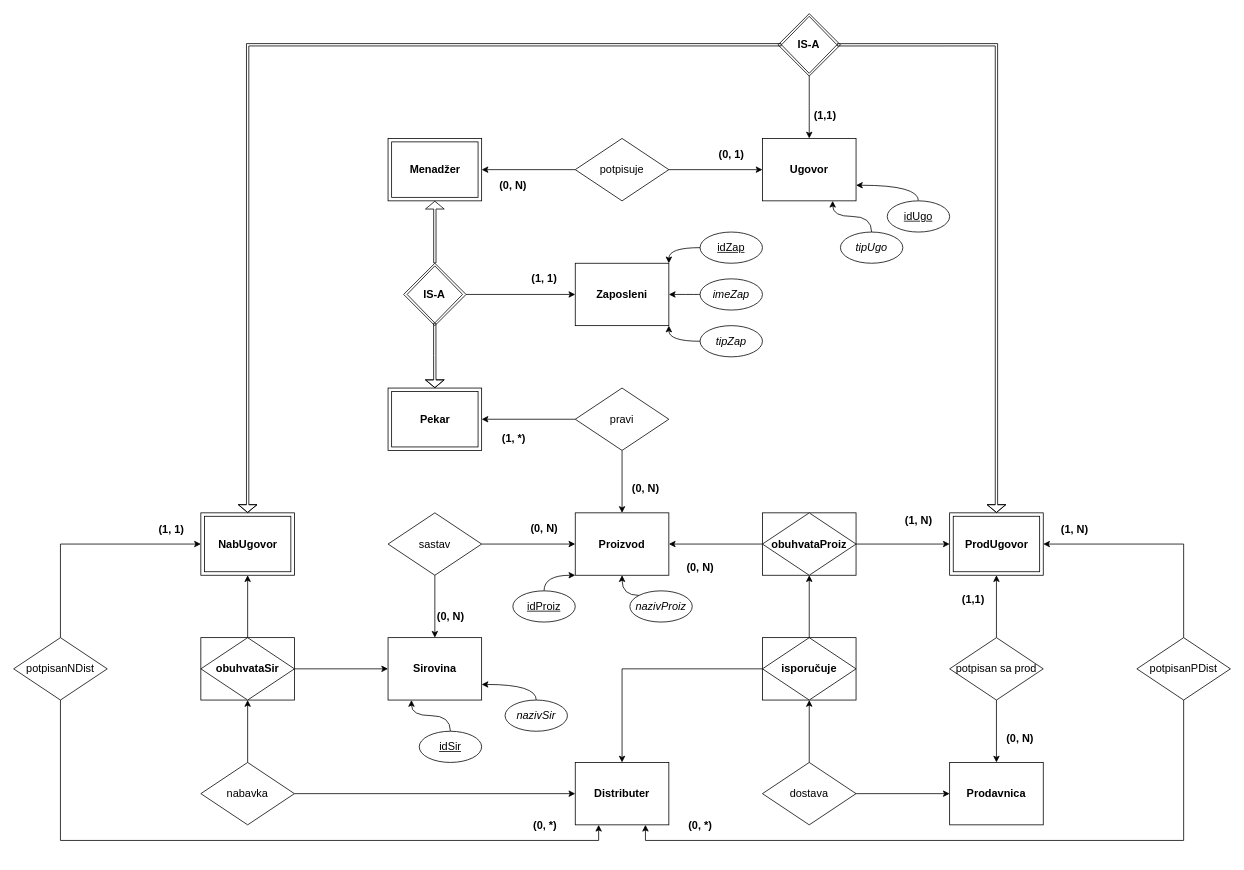
Before: bakery.drawio in FmasterofU/bakery-bp2, a draw.io diagram. Source tidied: cells renumbered, new cells numbered last; positions are measured from the earlier drawing's top-left corner, leaving out a move shared by most shapes. Both pictures are drawn from the tidied source at 78%, with x=0, y=0 at pixel (13, 13).
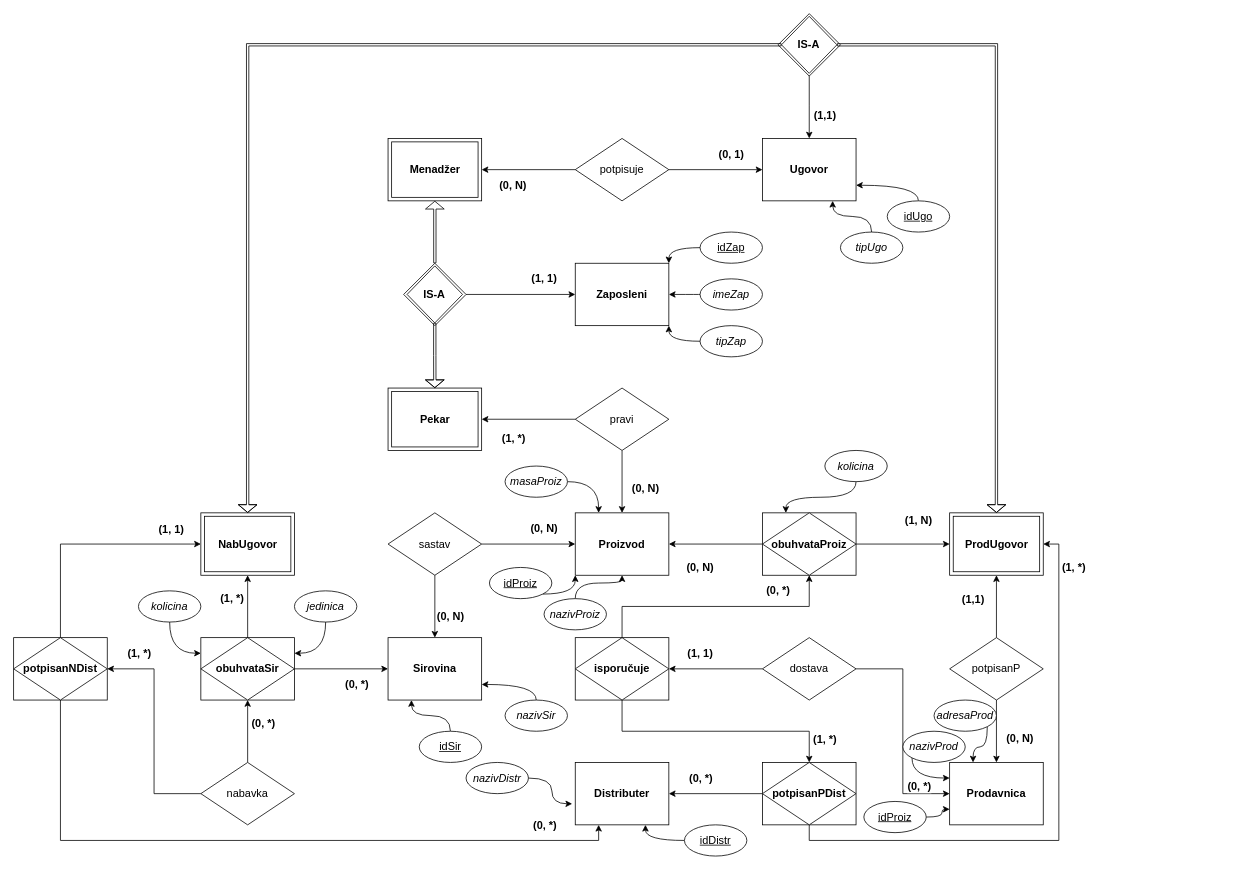
The same page after the edit.

The change refers to these unchanged cells:
```xml
<mxCell id="2" value="&lt;font style=&quot;font-size: 14px&quot;&gt;&lt;b&gt;Distributer&lt;/b&gt;&lt;/font&gt;" style="rounded=0;whiteSpace=wrap;html=1;" parent="1" vertex="1">
  <mxGeometry x="720" y="960" width="120" height="80" as="geometry" />
</mxCell>
<mxCell id="3" value="&lt;font style=&quot;font-size: 14px&quot;&gt;&lt;b&gt;Prodavnica&lt;/b&gt;&lt;/font&gt;" style="rounded=0;whiteSpace=wrap;html=1;" parent="1" vertex="1">
  <mxGeometry x="1200" y="960" width="120" height="80" as="geometry" />
</mxCell>
<mxCell id="5" style="rounded=0;whiteSpace=wrap;html=1;" parent="4" vertex="1">
  <mxGeometry width="120" height="80" as="geometry" />
</mxCell>
<mxCell id="6" value="&lt;font style=&quot;font-size: 14px&quot;&gt;&lt;b&gt;isporučuje&lt;/b&gt;&lt;/font&gt;" style="rhombus;whiteSpace=wrap;html=1;" parent="4" vertex="1">
  <mxGeometry width="120" height="80" as="geometry" />
</mxCell>
<mxCell id="7" value="&lt;font style=&quot;font-size: 14px&quot;&gt;&lt;b&gt;Sirovina&lt;/b&gt;&lt;/font&gt;" style="rounded=0;whiteSpace=wrap;html=1;" parent="1" vertex="1">
  <mxGeometry x="480" y="800" width="120" height="80" as="geometry" />
</mxCell>
<mxCell id="9" style="rounded=0;whiteSpace=wrap;html=1;" parent="8" vertex="1">
  <mxGeometry width="120" height="80" as="geometry" />
</mxCell>
<mxCell id="10" value="&lt;font style=&quot;font-size: 14px&quot;&gt;&lt;b&gt;obuhvataProiz&lt;/b&gt;&lt;/font&gt;" style="rhombus;whiteSpace=wrap;html=1;" parent="8" vertex="1">
  <mxGeometry width="120" height="80" as="geometry" />
</mxCell>
<mxCell id="11" value="&lt;font style=&quot;font-size: 14px&quot;&gt;&lt;b&gt;Proizvod&lt;/b&gt;&lt;/font&gt;" style="rounded=0;whiteSpace=wrap;html=1;" parent="1" vertex="1">
  <mxGeometry x="720" y="640" width="120" height="80" as="geometry" />
</mxCell>
<mxCell id="39" style="rounded=0;whiteSpace=wrap;html=1;" parent="38" vertex="1">
  <mxGeometry width="120" height="80" as="geometry" />
</mxCell>
<mxCell id="42" style="rounded=0;whiteSpace=wrap;html=1;" parent="41" vertex="1">
  <mxGeometry width="120" height="80" as="geometry" />
</mxCell>
<mxCell id="59" style="edgeStyle=orthogonalEdgeStyle;rounded=0;jettySize=auto;html=1;entryX=0;entryY=0.5;entryDx=0;entryDy=0;" parent="1" edge="1" source="61" target="3">
  <mxGeometry relative="1" as="geometry" />
</mxCell>
<mxCell id="82" style="rounded=0;whiteSpace=wrap;html=1;" parent="81" vertex="1">
  <mxGeometry width="120" height="80" as="geometry" />
</mxCell>
<mxCell id="83" value="&lt;font style=&quot;font-size: 14px&quot;&gt;&lt;b&gt;obuhvataSir&lt;/b&gt;&lt;/font&gt;" style="rhombus;whiteSpace=wrap;html=1;" parent="81" vertex="1">
  <mxGeometry width="120" height="80" as="geometry" />
</mxCell>
```

Change to the diagram source:
```diff
@@
     <mxCell id="4" style="group;" parent="1" vertex="1">
-      <mxGeometry x="960" y="800" width="120" height="80" as="geometry" />
+      <mxGeometry x="720" y="800" width="120" height="80" as="geometry" />
     </mxCell>
@@
-    <mxCell id="16" value="&lt;font style=&quot;font-size: 14px&quot;&gt;potpisan sa prod&lt;/font&gt;" style="rhombus;whiteSpace=wrap;html=1;" parent="1" vertex="1">
+    <mxCell id="16" value="&lt;font style=&quot;font-size: 14px&quot;&gt;potpisanP&lt;/font&gt;" style="rhombus;whiteSpace=wrap;html=1;" parent="1" vertex="1">
       <mxGeometry x="1200" y="800" width="120" height="80" as="geometry" />
     </mxCell>
@@
-    <mxCell id="53" style="edgeStyle=orthogonalEdgeStyle;rounded=0;jettySize=auto;html=1;exitX=0.5;exitY=0;exitDx=0;exitDy=0;entryX=1;entryY=0.5;entryDx=0;entryDy=0;" parent="1" edge="1" source="57" target="42">
+    <mxCell id="53" style="edgeStyle=orthogonalEdgeStyle;rounded=0;jettySize=auto;html=1;entryX=1;entryY=0.5;entryDx=0;entryDy=0;exitX=0.5;exitY=1;exitDx=0;exitDy=0;" parent="1" edge="1" source="57" target="42">
       <mxGeometry relative="1" as="geometry" />
     </mxCell>
-    <mxCell id="54" value="&lt;b&gt;(1, N)&lt;/b&gt;" style="edgeLabel;html=1;align=center;verticalAlign=middle;fontSize=14;" parent="53" vertex="1">
-      <mxGeometry x="0.23" y="4" relative="1" as="geometry">
-        <mxPoint x="-75.3" y="-24" as="offset" />
-      </mxGeometry>
-    </mxCell>
+    <mxCell id="94" value="&lt;b&gt;&lt;font style=&quot;font-size: 14px&quot;&gt;(1, *)&amp;nbsp;&lt;/font&gt;&lt;/b&gt;" style="edgeLabel;html=1;align=center;verticalAlign=middle;" parent="53" vertex="1">
+      <mxGeometry x="0.77" y="-1" relative="1" as="geometry">
+        <mxPoint x="19" y="-36" as="offset" />
+      </mxGeometry>
+    </mxCell>
-    <mxCell id="55" style="edgeStyle=orthogonalEdgeStyle;rounded=0;jettySize=auto;html=1;entryX=0.75;entryY=1;entryDx=0;entryDy=0;fontSize=14;exitX=0.5;exitY=1;exitDx=0;exitDy=0;" parent="1" edge="1" source="57" target="2">
+    <mxCell id="55" style="edgeStyle=orthogonalEdgeStyle;rounded=0;jettySize=auto;html=1;entryX=1;entryY=0.5;entryDx=0;entryDy=0;fontSize=14;exitX=0;exitY=0.5;exitDx=0;exitDy=0;" parent="1" edge="1" source="57" target="2">
       <mxGeometry relative="1" as="geometry" />
     </mxCell>
-    <mxCell id="56" value="&lt;b&gt;(0, *)&lt;/b&gt;" style="edgeLabel;html=1;align=center;verticalAlign=middle;fontSize=14;" parent="55" vertex="1">
-      <mxGeometry x="0.66" y="1" relative="1" as="geometry">
-        <mxPoint x="-61.4" y="-21" as="offset" />
-      </mxGeometry>
-    </mxCell>
-    <mxCell id="57" value="&lt;font style=&quot;font-size: 14px&quot;&gt;potpisanPDist&lt;/font&gt;" style="rhombus;whiteSpace=wrap;html=1;" parent="1" vertex="1">
-      <mxGeometry x="1440" y="800" width="120" height="80" as="geometry" />
-    </mxCell>
+    <mxCell id="95" value="&lt;b&gt;&lt;font style=&quot;font-size: 14px&quot;&gt;(0, *)&lt;/font&gt;&lt;/b&gt;" style="edgeLabel;html=1;align=center;verticalAlign=middle;" parent="55" vertex="1">
+      <mxGeometry x="0.33" y="1" relative="1" as="geometry">
+        <mxPoint y="-21" as="offset" />
+      </mxGeometry>
+    </mxCell>
-    <mxCell id="58" style="edgeStyle=orthogonalEdgeStyle;rounded=0;jettySize=auto;html=1;entryX=0.5;entryY=1;entryDx=0;entryDy=0;exitX=0.5;exitY=0;exitDx=0;exitDy=0;" parent="1" edge="1" source="5" target="10">
-      <mxGeometry relative="1" as="geometry" />
+    <mxCell id="58" value="&lt;b&gt;&lt;font style=&quot;font-size: 14px&quot;&gt;(0, *)&lt;/font&gt;&lt;/b&gt;" style="edgeStyle=orthogonalEdgeStyle;rounded=0;jettySize=auto;html=1;entryX=0.5;entryY=1;entryDx=0;entryDy=0;exitX=0.5;exitY=0;exitDx=0;exitDy=0;" parent="1" edge="1" source="5" target="10">
+      <mxGeometry x="0.5" y="20" relative="1" as="geometry" />
     </mxCell>
@@
+    <mxCell id="96" value="&lt;b&gt;&lt;font style=&quot;font-size: 14px&quot;&gt;(0, *)&lt;/font&gt;&lt;/b&gt;" style="edgeLabel;html=1;align=center;verticalAlign=middle;" parent="59" vertex="1">
+      <mxGeometry x="-0.25" y="1" relative="1" as="geometry">
+        <mxPoint x="19" y="105" as="offset" />
+      </mxGeometry>
+    </mxCell>
-    <mxCell id="60" style="edgeStyle=orthogonalEdgeStyle;rounded=0;jettySize=auto;html=1;entryX=0.5;entryY=1;entryDx=0;entryDy=0;" parent="1" edge="1" source="61" target="6">
-      <mxGeometry relative="1" as="geometry" />
+    <mxCell id="60" value="&lt;b&gt;&lt;font style=&quot;font-size: 14px&quot;&gt;(1, 1)&lt;/font&gt;&lt;/b&gt;" style="edgeStyle=orthogonalEdgeStyle;rounded=0;jettySize=auto;html=1;entryX=1;entryY=0.5;entryDx=0;entryDy=0;" parent="1" edge="1" source="61" target="6">
+      <mxGeometry x="0.33" y="-20" relative="1" as="geometry" />
     </mxCell>
     <mxCell id="61" value="&lt;font style=&quot;font-size: 14px&quot;&gt;dostava&lt;/font&gt;" style="rhombus;whiteSpace=wrap;html=1;" parent="1" vertex="1">
-      <mxGeometry x="960" y="960" width="120" height="80" as="geometry" />
+      <mxGeometry x="960" y="800" width="120" height="80" as="geometry" />
     </mxCell>
-    <mxCell id="62" style="edgeStyle=orthogonalEdgeStyle;rounded=0;jettySize=auto;html=1;entryX=0.5;entryY=0;entryDx=0;entryDy=0;" parent="1" edge="1" source="6" target="2">
-      <mxGeometry relative="1" as="geometry" />
-    </mxCell>
@@
-    <mxCell id="77" style="edgeStyle=orthogonalEdgeStyle;curved=1;rounded=0;jettySize=auto;html=1;exitX=0.5;exitY=0;exitDx=0;exitDy=0;entryX=0;entryY=1;entryDx=0;entryDy=0;fontSize=14;" parent="1" edge="1" source="78" target="11">
+    <mxCell id="77" style="edgeStyle=orthogonalEdgeStyle;curved=1;rounded=0;jettySize=auto;html=1;exitX=1;exitY=1;exitDx=0;exitDy=0;entryX=0;entryY=1;entryDx=0;entryDy=0;fontSize=14;" parent="1" edge="1" source="78" target="11">
       <mxGeometry relative="1" as="geometry" />
     </mxCell>
     <mxCell id="78" value="&lt;u&gt;idProiz&lt;/u&gt;" style="ellipse;whiteSpace=wrap;html=1;fontSize=14;" parent="1" vertex="1">
-      <mxGeometry x="640" y="740" width="80" height="40" as="geometry" />
+      <mxGeometry x="610" y="710" width="80" height="40" as="geometry" />
     </mxCell>
-    <mxCell id="79" style="edgeStyle=orthogonalEdgeStyle;curved=1;rounded=0;jettySize=auto;html=1;exitX=0;exitY=0;exitDx=0;exitDy=0;entryX=0.5;entryY=1;entryDx=0;entryDy=0;fontSize=14;" parent="1" edge="1" source="80" target="11">
+    <mxCell id="79" style="edgeStyle=orthogonalEdgeStyle;curved=1;rounded=0;jettySize=auto;html=1;exitX=0.5;exitY=0;exitDx=0;exitDy=0;entryX=0.5;entryY=1;entryDx=0;entryDy=0;fontSize=14;" parent="1" edge="1" source="80" target="11">
       <mxGeometry relative="1" as="geometry" />
     </mxCell>
     <mxCell id="80" value="&lt;i&gt;nazivProiz&lt;/i&gt;" style="ellipse;whiteSpace=wrap;html=1;fontSize=14;" parent="1" vertex="1">
-      <mxGeometry x="790" y="740" width="80" height="40" as="geometry" />
+      <mxGeometry x="680" y="750" width="80" height="40" as="geometry" />
     </mxCell>
@@
-    <mxCell id="84" style="edgeStyle=orthogonalEdgeStyle;rounded=0;jettySize=auto;html=1;fontSize=14;entryX=0.5;entryY=1;entryDx=0;entryDy=0;" parent="1" edge="1" source="83" target="39">
-      <mxGeometry relative="1" as="geometry" />
+    <mxCell id="84" value="&lt;b&gt;(1, *)&lt;/b&gt;" style="edgeStyle=orthogonalEdgeStyle;rounded=0;jettySize=auto;html=1;fontSize=14;entryX=0.5;entryY=1;entryDx=0;entryDy=0;" parent="1" edge="1" source="83" target="39">
+      <mxGeometry x="0.25" y="20" relative="1" as="geometry" />
     </mxCell>
-    <mxCell id="85" style="edgeStyle=orthogonalEdgeStyle;rounded=0;jettySize=auto;html=1;fontSize=14;entryX=0;entryY=0.5;entryDx=0;entryDy=0;" parent="1" edge="1" source="83" target="7">
-      <mxGeometry relative="1" as="geometry" />
+    <mxCell id="85" value="&lt;b&gt;(0, *)&lt;/b&gt;" style="edgeStyle=orthogonalEdgeStyle;rounded=0;jettySize=auto;html=1;fontSize=14;entryX=0;entryY=0.5;entryDx=0;entryDy=0;" parent="1" edge="1" source="83" target="7">
+      <mxGeometry x="0.33" y="-20" relative="1" as="geometry" />
     </mxCell>
-    <mxCell id="86" style="edgeStyle=orthogonalEdgeStyle;rounded=0;jettySize=auto;html=1;entryX=0.5;entryY=1;entryDx=0;entryDy=0;fontSize=14;exitX=0.5;exitY=0;exitDx=0;exitDy=0;" parent="1" edge="1" source="93" target="83">
-      <mxGeometry relative="1" as="geometry" />
+    <mxCell id="86" value="&lt;b&gt;(0, *)&lt;/b&gt;" style="edgeStyle=orthogonalEdgeStyle;rounded=0;jettySize=auto;html=1;entryX=0.5;entryY=1;entryDx=0;entryDy=0;fontSize=14;exitX=0.5;exitY=0;exitDx=0;exitDy=0;" parent="1" edge="1" source="93" target="83">
+      <mxGeometry x="0.25" y="-20" relative="1" as="geometry" />
     </mxCell>
-    <mxCell id="87" style="edgeStyle=orthogonalEdgeStyle;rounded=0;jettySize=auto;html=1;exitX=1;exitY=0.5;exitDx=0;exitDy=0;entryX=0;entryY=0.5;entryDx=0;entryDy=0;fontSize=14;" parent="1" edge="1" source="93" target="2">
-      <mxGeometry relative="1" as="geometry" />
-    </mxCell>
@@
+    <mxCell id="97" value="&lt;b&gt;&lt;font style=&quot;font-size: 14px&quot;&gt;(1, *)&lt;/font&gt;&lt;/b&gt;" style="edgeStyle=orthogonalEdgeStyle;rounded=0;jettySize=auto;html=1;entryX=1;entryY=0.5;entryDx=0;entryDy=0;" parent="1" edge="1" source="93" target="92">
+      <mxGeometry x="0.71" y="-20" relative="1" as="geometry" />
+    </mxCell>
+    <mxCell id="93" value="nabavka" style="rhombus;whiteSpace=wrap;html=1;fontSize=14;" parent="1" vertex="1">
+      <mxGeometry x="240" y="960" width="120" height="80" as="geometry" />
+    </mxCell>
+    <mxCell id="98" style="group;" parent="1" vertex="1">
+      <mxGeometry y="800" width="120" height="80" as="geometry" />
+    </mxCell>
+    <mxCell id="99" style="rounded=0;whiteSpace=wrap;html=1;" parent="98" vertex="1">
+      <mxGeometry width="120" height="80" as="geometry" />
+    </mxCell>
-    <mxCell id="92" value="potpisanNDist" style="rhombus;whiteSpace=wrap;html=1;fontSize=14;" parent="1" vertex="1">
-      <mxGeometry y="800" width="120" height="80" as="geometry" />
+    <mxCell id="92" value="&lt;b&gt;potpisanNDist&lt;/b&gt;" style="rhombus;whiteSpace=wrap;html=1;fontSize=14;" parent="98" vertex="1">
+      <mxGeometry width="120" height="80" as="geometry" />
     </mxCell>
-    <mxCell id="93" value="nabavka" style="rhombus;whiteSpace=wrap;html=1;fontSize=14;" parent="1" vertex="1">
-      <mxGeometry x="240" y="960" width="120" height="80" as="geometry" />
-    </mxCell>
+    <mxCell id="100" style="group;" parent="1" vertex="1">
+      <mxGeometry x="960" y="960" width="120" height="80" as="geometry" />
+    </mxCell>
+    <mxCell id="101" style="rounded=0;whiteSpace=wrap;html=1;" parent="100" vertex="1">
+      <mxGeometry width="120" height="80" as="geometry" />
+    </mxCell>
+    <mxCell id="57" value="&lt;font style=&quot;font-size: 14px&quot;&gt;&lt;b&gt;potpisanPDist&lt;/b&gt;&lt;/font&gt;" style="rhombus;whiteSpace=wrap;html=1;" parent="100" vertex="1">
+      <mxGeometry width="120" height="80" as="geometry" />
+    </mxCell>
+    <mxCell id="102" value="&lt;b&gt;&lt;font style=&quot;font-size: 14px&quot;&gt;(1, *)&lt;/font&gt;&lt;/b&gt;" style="edgeStyle=orthogonalEdgeStyle;rounded=0;jettySize=auto;html=1;exitX=0.5;exitY=1;exitDx=0;exitDy=0;entryX=0.5;entryY=0;entryDx=0;entryDy=0;" parent="1" edge="1" source="5" target="57">
+      <mxGeometry x="0.81" y="20" relative="1" as="geometry" />
+    </mxCell>
+    <mxCell id="103" style="edgeStyle=orthogonalEdgeStyle;curved=1;rounded=0;jettySize=auto;html=1;entryX=0;entryY=0.75;entryDx=0;entryDy=0;" parent="1" edge="1" source="104" target="3">
+      <mxGeometry relative="1" as="geometry" />
+    </mxCell>
+    <mxCell id="104" value="&lt;u&gt;idProiz&lt;/u&gt;" style="ellipse;whiteSpace=wrap;html=1;fontSize=14;" parent="1" vertex="1">
+      <mxGeometry x="1090" y="1010" width="80" height="40" as="geometry" />
+    </mxCell>
+    <mxCell id="105" style="edgeStyle=orthogonalEdgeStyle;curved=1;rounded=0;jettySize=auto;html=1;exitX=1;exitY=1;exitDx=0;exitDy=0;entryX=0.25;entryY=0;entryDx=0;entryDy=0;" parent="1" edge="1" source="106" target="3">
+      <mxGeometry relative="1" as="geometry" />
+    </mxCell>
+    <mxCell id="106" value="&lt;i&gt;adresaProd&lt;/i&gt;" style="ellipse;whiteSpace=wrap;html=1;fontSize=14;" parent="1" vertex="1">
+      <mxGeometry x="1180" y="880" width="80" height="40" as="geometry" />
+    </mxCell>
+    <mxCell id="107" style="edgeStyle=orthogonalEdgeStyle;curved=1;rounded=0;jettySize=auto;html=1;exitX=0;exitY=1;exitDx=0;exitDy=0;entryX=0;entryY=0.25;entryDx=0;entryDy=0;" parent="1" edge="1" source="108" target="3">
+      <mxGeometry relative="1" as="geometry" />
+    </mxCell>
+    <mxCell id="108" value="&lt;i&gt;nazivProd&lt;/i&gt;" style="ellipse;whiteSpace=wrap;html=1;fontSize=14;" parent="1" vertex="1">
+      <mxGeometry x="1140" y="920" width="80" height="40" as="geometry" />
+    </mxCell>
+    <mxCell id="109" style="edgeStyle=orthogonalEdgeStyle;curved=1;rounded=0;jettySize=auto;html=1;entryX=0.75;entryY=1;entryDx=0;entryDy=0;" parent="1" edge="1" source="110" target="2">
+      <mxGeometry relative="1" as="geometry" />
+    </mxCell>
+    <mxCell id="110" value="&lt;u&gt;idDistr&lt;/u&gt;" style="ellipse;whiteSpace=wrap;html=1;fontSize=14;" parent="1" vertex="1">
+      <mxGeometry x="860" y="1040" width="80" height="40" as="geometry" />
+    </mxCell>
+    <mxCell id="111" style="edgeStyle=orthogonalEdgeStyle;curved=1;rounded=0;jettySize=auto;html=1;entryX=-0.033;entryY=0.663;entryDx=0;entryDy=0;entryPerimeter=0;" parent="1" edge="1" source="112" target="2">
+      <mxGeometry relative="1" as="geometry" />
+    </mxCell>
+    <mxCell id="112" value="&lt;i&gt;nazivDistr&lt;/i&gt;" style="ellipse;whiteSpace=wrap;html=1;fontSize=14;" parent="1" vertex="1">
+      <mxGeometry x="580" y="960" width="80" height="40" as="geometry" />
+    </mxCell>
+    <mxCell id="113" style="edgeStyle=orthogonalEdgeStyle;curved=1;rounded=0;jettySize=auto;html=1;entryX=0.25;entryY=0;entryDx=0;entryDy=0;" parent="1" edge="1" source="114" target="11">
+      <mxGeometry relative="1" as="geometry" />
+    </mxCell>
+    <mxCell id="114" value="&lt;i&gt;masaProiz&lt;/i&gt;" style="ellipse;whiteSpace=wrap;html=1;fontSize=14;" parent="1" vertex="1">
+      <mxGeometry x="630" y="580" width="80" height="40" as="geometry" />
+    </mxCell>
+    <mxCell id="115" style="edgeStyle=orthogonalEdgeStyle;curved=1;rounded=0;jettySize=auto;html=1;entryX=0.25;entryY=0;entryDx=0;entryDy=0;" parent="1" edge="1" source="116" target="9">
+      <mxGeometry relative="1" as="geometry" />
+    </mxCell>
+    <mxCell id="116" value="&lt;i&gt;kolicina&lt;/i&gt;" style="ellipse;whiteSpace=wrap;html=1;fontSize=14;" parent="1" vertex="1">
+      <mxGeometry x="1040" y="560" width="80" height="40" as="geometry" />
+    </mxCell>
+    <mxCell id="117" style="edgeStyle=orthogonalEdgeStyle;curved=1;rounded=0;jettySize=auto;html=1;entryX=1;entryY=0.25;entryDx=0;entryDy=0;" parent="1" edge="1" source="118" target="82">
+      <mxGeometry relative="1" as="geometry" />
+    </mxCell>
+    <mxCell id="118" value="&lt;i&gt;jedinica&lt;/i&gt;" style="ellipse;whiteSpace=wrap;html=1;fontSize=14;" parent="1" vertex="1">
+      <mxGeometry x="360" y="740" width="80" height="40" as="geometry" />
+    </mxCell>
+    <mxCell id="119" style="edgeStyle=orthogonalEdgeStyle;curved=1;rounded=0;jettySize=auto;html=1;exitX=0.5;exitY=1;exitDx=0;exitDy=0;entryX=0;entryY=0.25;entryDx=0;entryDy=0;" parent="1" edge="1" source="120" target="82">
+      <mxGeometry relative="1" as="geometry" />
+    </mxCell>
+    <mxCell id="120" value="&lt;i&gt;kolicina&lt;/i&gt;" style="ellipse;whiteSpace=wrap;html=1;fontSize=14;" parent="1" vertex="1">
+      <mxGeometry x="160" y="740" width="80" height="40" as="geometry" />
+    </mxCell>
```
